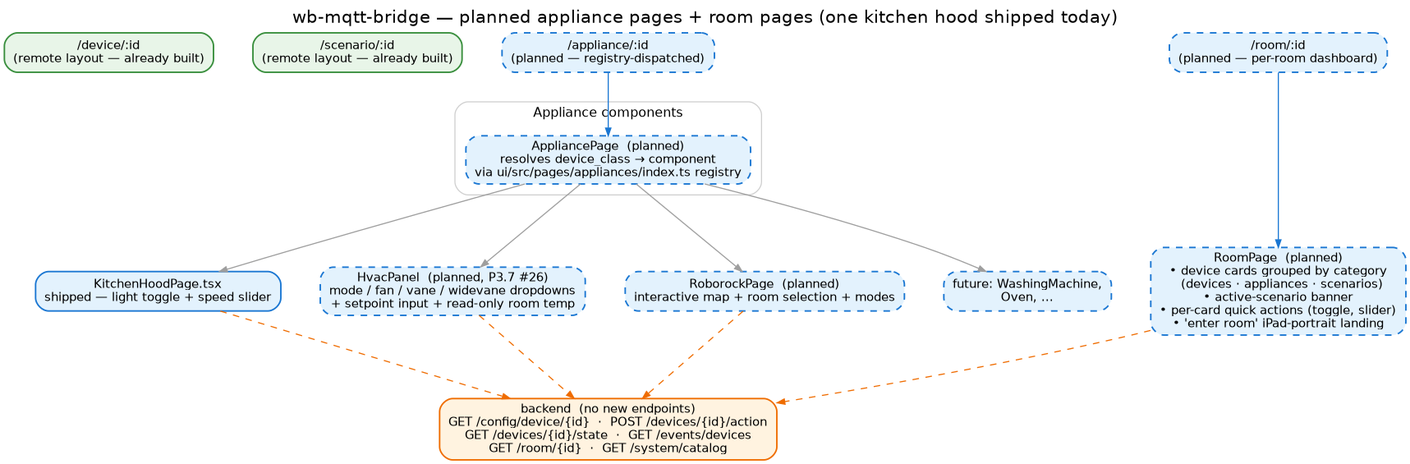
Above: docs/images/appliance-pages.png in droman42/wb-mqtt-bridge (Graphviz), before the change. Its source is kept beside it as docs/images/appliance-pages.dot. Source of this version:
```dot
digraph appliance_pages {
  rankdir=TB;
  bgcolor="white";
  splines=spline;
  nodesep=0.5; ranksep=0.8;
  fontname="Helvetica"; labelloc=t; fontsize=16;
  label="wb-mqtt-bridge — planned appliance pages + room pages (one kitchen hood shipped today)";

  node [fontname="Helvetica", fontsize=11, shape=box, style="filled,rounded", penwidth=1.4];
  edge [fontname="Helvetica", fontsize=9, color="#9e9e9e", arrowsize=0.7];

  subgraph cluster_routes {
    label="Routes (UI shell)"; fontsize=12; color="#cfcfcf"; style=rounded; margin=12;
    r_device   [label="/device/:id\n(remote layout — already built)", fillcolor="#e8f5e8", color="#388e3c"];
    r_scenario [label="/scenario/:id\n(remote layout — already built)", fillcolor="#e8f5e8", color="#388e3c"];
    r_appliance [label="/appliance/:id\n(planned — registry-dispatched)", fillcolor="#e3f2fd", color="#1976d2", style="filled,rounded,dashed"];
    r_room     [label="/room/:id\n(planned — per-room dashboard)", fillcolor="#e3f2fd", color="#1976d2", style="filled,rounded,dashed"];
  }

  subgraph cluster_appliance {
    label="Appliance components"; fontsize=12; color="#cfcfcf"; style=rounded; margin=10;
    container [label="AppliancePage  (planned)\nresolves device_class → component\nvia ui/src/pages/appliances/index.ts registry",
               fillcolor="#e3f2fd", color="#1976d2", style="filled,rounded,dashed"];

    p_kh   [label="KitchenHoodPage.tsx\nshipped — light toggle + speed slider", fillcolor="#e3f2fd", color="#1976d2"];
    p_hvac [label="HvacPanel  (planned, P3.7 #26)\nmode / fan / vane / widevane dropdowns\n+ setpoint input + read-only room temp", fillcolor="#e3f2fd", color="#1976d2", style="filled,rounded,dashed"];
    p_robo [label="RoborockPage  (planned)\ninteractive map + room selection + modes", fillcolor="#e3f2fd", color="#1976d2", style="filled,rounded,dashed"];
    p_etc  [label="future: WashingMachine,\nOven, …", fillcolor="#e3f2fd", color="#1976d2", style="filled,rounded,dashed"];
  }

  room_page [label="RoomPage  (planned)\n• device cards grouped by category\n  (devices · appliances · scenarios)\n• active-scenario banner\n• per-card quick actions (toggle, slider)\n• 'enter room' iPad-portrait landing",
             fillcolor="#e3f2fd", color="#1976d2", style="filled,rounded,dashed"];

  backend [label="backend  (no new endpoints)\nGET /config/device/{id}  ·  POST /devices/{id}/action\nGET /devices/{id}/state  ·  GET /events/devices\nGET /room/{id}  ·  GET /system/catalog",
           fillcolor="#fff3e0", color="#ef6c00"];

  r_appliance -> container [color="#1976d2"];
  container -> p_kh;
  container -> p_hvac;
  container -> p_robo;
  container -> p_etc;

  r_room -> room_page [color="#1976d2"];

  p_kh   -> backend [style=dashed, color="#ef6c00"];
  p_hvac -> backend [style=dashed, color="#ef6c00"];
  p_robo -> backend [style=dashed, color="#ef6c00"];
  room_page -> backend [style=dashed, color="#ef6c00"];

  {rank=same; r_device; r_scenario; r_appliance; r_room}
  {rank=same; p_kh; p_hvac; p_robo; p_etc}
}
```
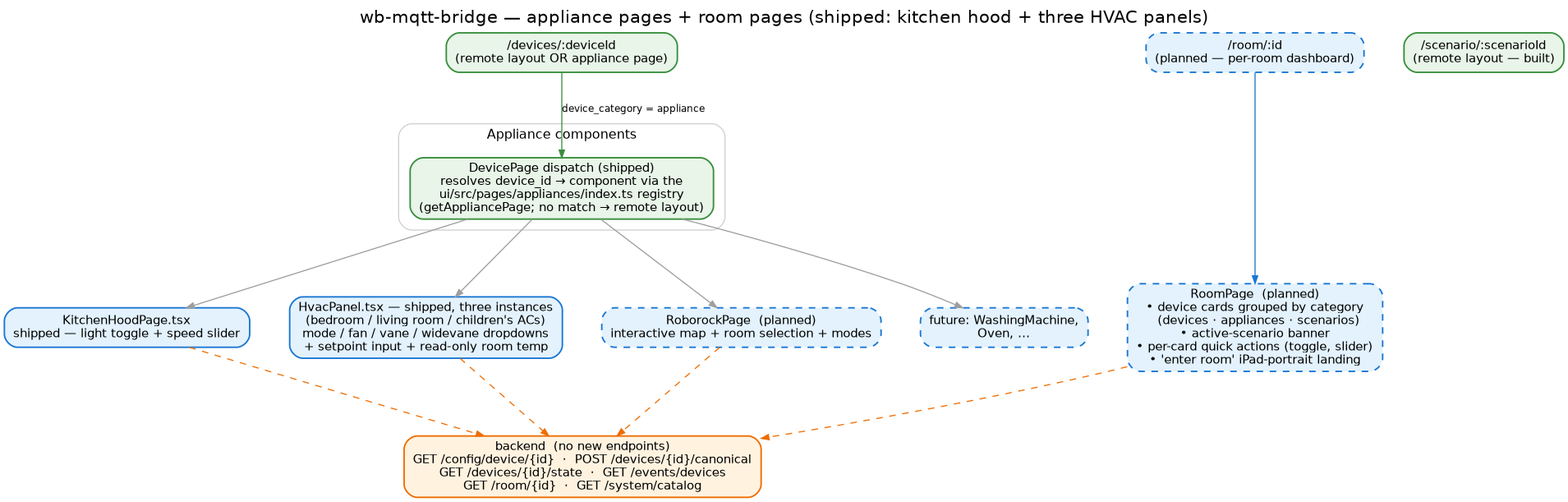
Later version of the same file.

Change to the diagram source:
```diff
@@ -4,26 +4,25 @@
   splines=spline;
   nodesep=0.5; ranksep=0.8;
   fontname="Helvetica"; labelloc=t; fontsize=16;
-  label="wb-mqtt-bridge — planned appliance pages + room pages (one kitchen hood shipped today)";
+  label="wb-mqtt-bridge — appliance pages + room pages (shipped: kitchen hood + three HVAC panels)";
 
   node [fontname="Helvetica", fontsize=11, shape=box, style="filled,rounded", penwidth=1.4];
   edge [fontname="Helvetica", fontsize=9, color="#9e9e9e", arrowsize=0.7];
 
   subgraph cluster_routes {
     label="Routes (UI shell)"; fontsize=12; color="#cfcfcf"; style=rounded; margin=12;
-    r_device   [label="/device/:id\n(remote layout — already built)", fillcolor="#e8f5e8", color="#388e3c"];
-    r_scenario [label="/scenario/:id\n(remote layout — already built)", fillcolor="#e8f5e8", color="#388e3c"];
-    r_appliance [label="/appliance/:id\n(planned — registry-dispatched)", fillcolor="#e3f2fd", color="#1976d2", style="filled,rounded,dashed"];
+    r_device   [label="/devices/:deviceId\n(remote layout OR appliance page)", fillcolor="#e8f5e8", color="#388e3c"];
+    r_scenario [label="/scenario/:scenarioId\n(remote layout — built)", fillcolor="#e8f5e8", color="#388e3c"];
     r_room     [label="/room/:id\n(planned — per-room dashboard)", fillcolor="#e3f2fd", color="#1976d2", style="filled,rounded,dashed"];
   }
 
   subgraph cluster_appliance {
     label="Appliance components"; fontsize=12; color="#cfcfcf"; style=rounded; margin=10;
-    container [label="AppliancePage  (planned)\nresolves device_class → component\nvia ui/src/pages/appliances/index.ts registry",
-               fillcolor="#e3f2fd", color="#1976d2", style="filled,rounded,dashed"];
+    container [label="DevicePage dispatch (shipped)\nresolves device_id → component via the\nui/src/pages/appliances/index.ts registry\n(getAppliancePage; no match → remote layout)",
+               fillcolor="#e8f5e8", color="#388e3c"];
 
     p_kh   [label="KitchenHoodPage.tsx\nshipped — light toggle + speed slider", fillcolor="#e3f2fd", color="#1976d2"];
-    p_hvac [label="HvacPanel  (planned, P3.7 #26)\nmode / fan / vane / widevane dropdowns\n+ setpoint input + read-only room temp", fillcolor="#e3f2fd", color="#1976d2", style="filled,rounded,dashed"];
+    p_hvac [label="HvacPanel.tsx — shipped, three instances\n(bedroom / living room / children's ACs)\nmode / fan / vane / widevane dropdowns\n+ setpoint input + read-only room temp", fillcolor="#e3f2fd", color="#1976d2"];
     p_robo [label="RoborockPage  (planned)\ninteractive map + room selection + modes", fillcolor="#e3f2fd", color="#1976d2", style="filled,rounded,dashed"];
     p_etc  [label="future: WashingMachine,\nOven, …", fillcolor="#e3f2fd", color="#1976d2", style="filled,rounded,dashed"];
   }
@@ -31,10 +30,10 @@
   room_page [label="RoomPage  (planned)\n• device cards grouped by category\n  (devices · appliances · scenarios)\n• active-scenario banner\n• per-card quick actions (toggle, slider)\n• 'enter room' iPad-portrait landing",
              fillcolor="#e3f2fd", color="#1976d2", style="filled,rounded,dashed"];
 
-  backend [label="backend  (no new endpoints)\nGET /config/device/{id}  ·  POST /devices/{id}/action\nGET /devices/{id}/state  ·  GET /events/devices\nGET /room/{id}  ·  GET /system/catalog",
+  backend [label="backend  (no new endpoints)\nGET /config/device/{id}  ·  POST /devices/{id}/canonical\nGET /devices/{id}/state  ·  GET /events/devices\nGET /room/{id}  ·  GET /system/catalog",
            fillcolor="#fff3e0", color="#ef6c00"];
 
-  r_appliance -> container [color="#1976d2"];
+  r_device -> container [color="#388e3c", label="device_category = appliance"];
   container -> p_kh;
   container -> p_hvac;
   container -> p_robo;
@@ -47,6 +46,6 @@
   p_robo -> backend [style=dashed, color="#ef6c00"];
   room_page -> backend [style=dashed, color="#ef6c00"];
 
-  {rank=same; r_device; r_scenario; r_appliance; r_room}
+  {rank=same; r_device; r_scenario; r_room}
   {rank=same; p_kh; p_hvac; p_robo; p_etc}
 }
```
